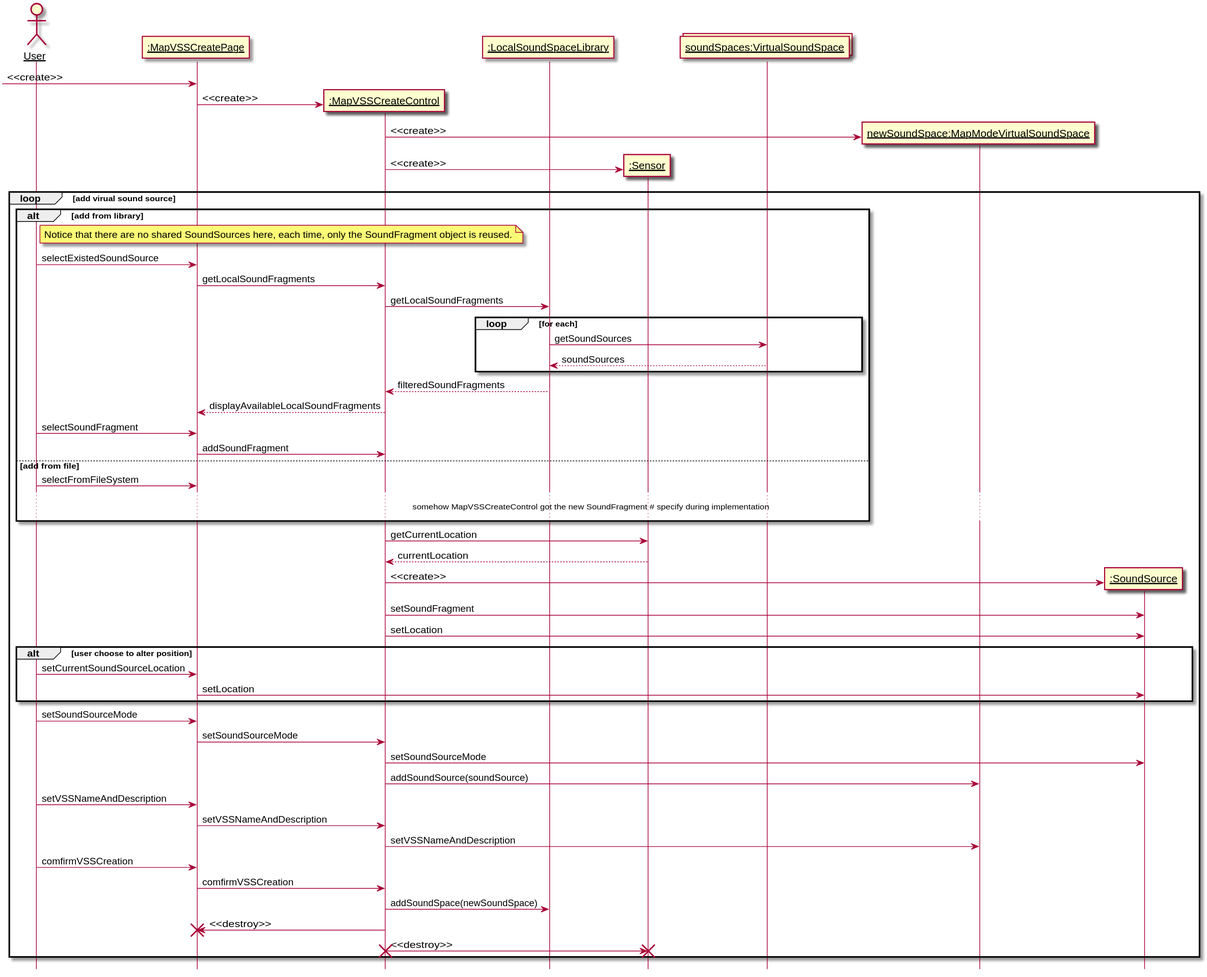
This is 需求定义和分析/CreateMapModeVSS.svg from kpp19920121/doc, a PlantUML export, as it was before one commit.
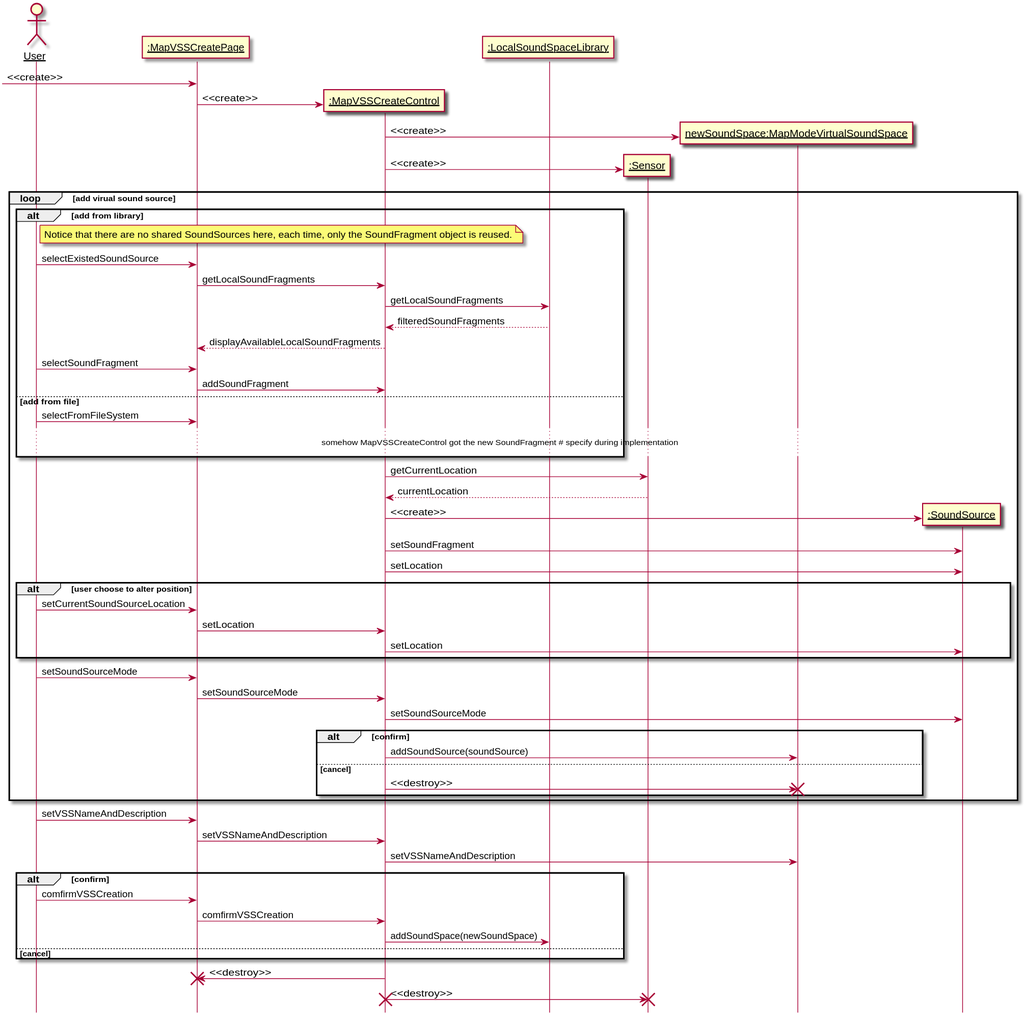
The same diagram one commit later.

Change to the diagram source:
```diff
@@ -8,7 +8,6 @@
 participant ":MapVSSCreateControl" as createcontrol
 participant ":LocalSoundSpaceLibrary" as library
 participant ":Sensor" as sensor
-collections "soundSpaces:VirtualSoundSpace" as vsses
 participant "newSoundSpace:MapModeVirtualSoundSpace" as newspace
 
 
@@ -25,10 +24,6 @@
         user -> createboundary: selectExistedSoundSource
         createboundary -> createcontrol: getLocalSoundFragments
         createcontrol -> library: getLocalSoundFragments
-        loop for each
-            library -> vsses: getSoundSources
-            vsses --> library: soundSources
-        end
         library --> createcontrol: filteredSoundFragments
         createcontrol --> createboundary: displayAvailableLocalSoundFragments
         user -> createboundary: selectSoundFragment
@@ -50,24 +45,32 @@
 
     alt user choose to alter position
         user -> createboundary: setCurrentSoundSourceLocation
-        createboundary -> source: setLocation
+        createboundary -> createcontrol : setLocation
+        createcontrol -> source: setLocation
     end
     user -> createboundary: setSoundSourceMode
     createboundary -> createcontrol: setSoundSourceMode
     createcontrol -> source: setSoundSourceMode
-    createcontrol -> newspace: addSoundSource(soundSource)
-    user -> createboundary: setVSSNameAndDescription
-    createboundary -> createcontrol: setVSSNameAndDescription
-    createcontrol -> newspace: setVSSNameAndDescription
+    alt confirm
+        createcontrol -> newspace: addSoundSource(soundSource)
+    else cancel
+        createcontrol -> newspace: <<destroy>>
+        destroy newspace
+    end
+end
+user -> createboundary: setVSSNameAndDescription
+createboundary -> createcontrol: setVSSNameAndDescription
+createcontrol -> newspace: setVSSNameAndDescription
+alt confirm
     user -> createboundary: comfirmVSSCreation
     createboundary -> createcontrol: comfirmVSSCreation
     createcontrol -> library: addSoundSpace(newSoundSpace)
-    createcontrol -> createboundary: <<destroy>>
-    destroy createboundary
-    createcontrol -> sensor: <<destroy>>
-    destroy sensor
-    destroy createcontrol
-
+else cancel
 
 end
+createcontrol -> createboundary: <<destroy>>
+destroy createboundary
+createcontrol -> sensor: <<destroy>>
+destroy sensor
+destroy createcontrol
 @enduml
```
